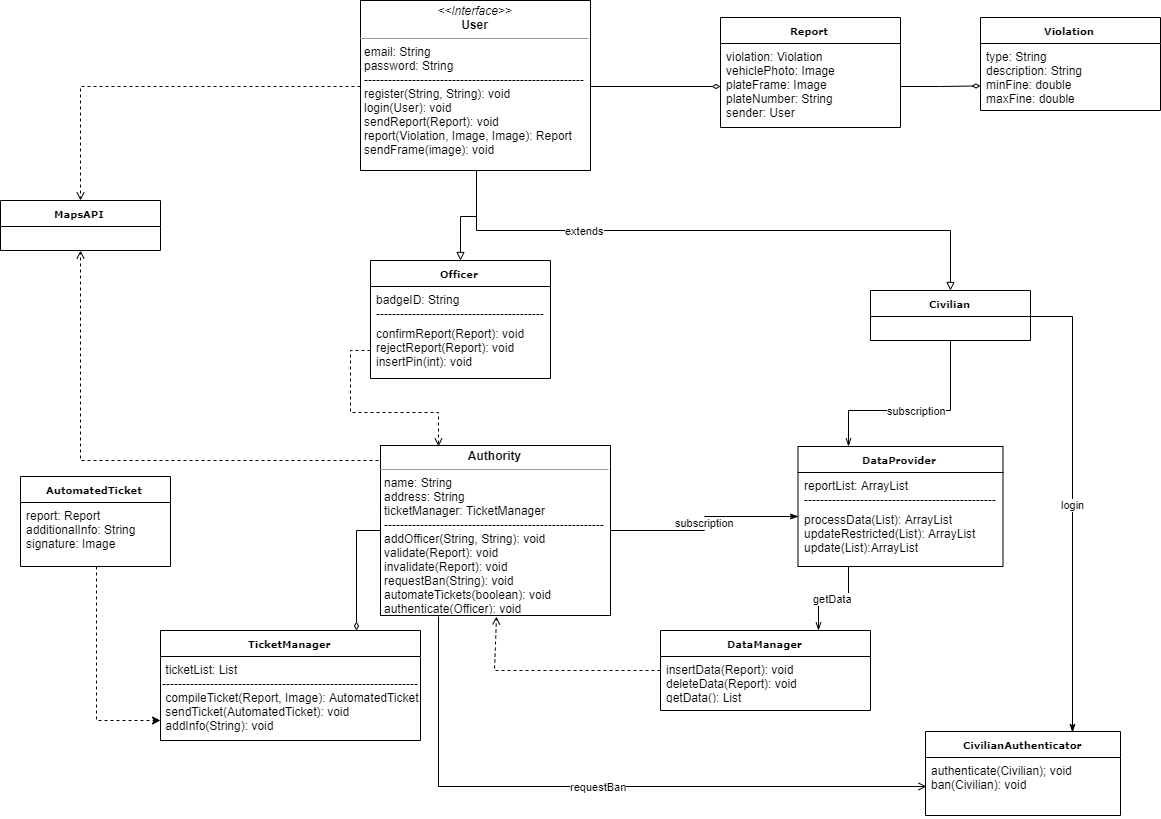
marcuz1996/Software-Engineering-Project keeps this draw.io diagram as RASD/Images/class_diagram.png. Above is the earlier version. Source tidied: cells renumbered, new cells last; positions are measured from the earlier drawing's top-left corner, leaving out a move shared by most shapes.
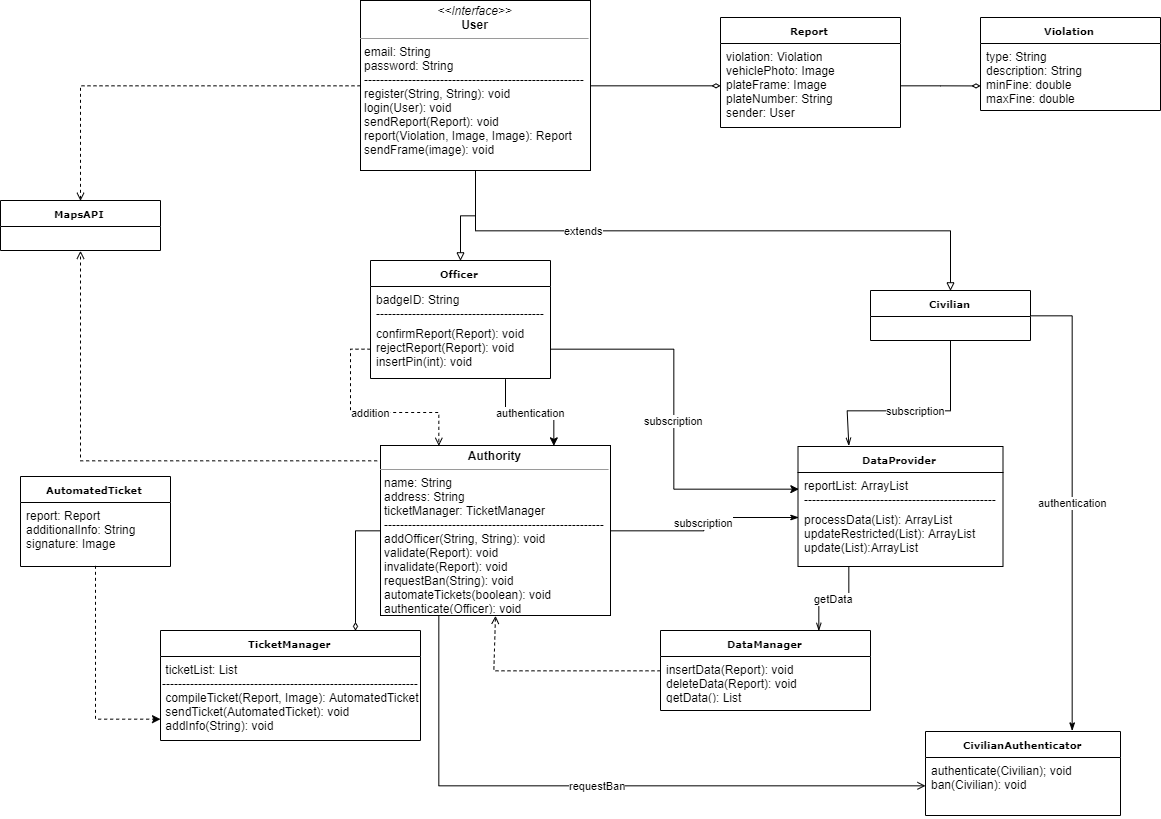
The same diagram one commit later.

Diff of the diagram source:
```diff
@@ -14,6 +14,9 @@
     <mxCell id="5" style="edgeStyle=orthogonalEdgeStyle;rounded=0;jettySize=auto;html=1;exitX=0.5;exitY=1;exitDx=0;exitDy=0;entryX=0.5;entryY=0;entryDx=0;entryDy=0;startArrow=none;startFill=0;startSize=6;endArrow=block;endFill=0;strokeWidth=1;" parent="1" edge="1" source="4" target="6">
       <mxGeometry relative="1" as="geometry" />
     </mxCell>
+    <mxCell id="39" value="authentication" style="edgeStyle=orthogonalEdgeStyle;rounded=0;jettySize=auto;html=1;exitX=0.75;exitY=1;exitDx=0;exitDy=0;entryX=0.75;entryY=0;entryDx=0;entryDy=0;" parent="1" edge="1" source="6" target="24">
+      <mxGeometry relative="1" as="geometry" />
+    </mxCell>
     <mxCell id="6" value="Officer" style="swimlane;html=1;fontStyle=1;horizontal=1;startSize=26;fillColor=none;swimlaneFillColor=#ffffff;rounded=0;shadow=0;comic=0;labelBackgroundColor=none;strokeColor=#000000;strokeWidth=1;fontFamily=Verdana;fontSize=10;fontColor=#000000;align=center;" parent="1" vertex="1">
       <mxGeometry x="370" y="260" width="180" height="118" as="geometry" />
     </mxCell>
@@ -29,7 +32,7 @@
     <mxCell id="10" value="report: Report&lt;br&gt;additionalInfo: String&lt;br&gt;signature: Image" style="text;html=1;strokeColor=none;fillColor=none;align=left;verticalAlign=top;spacingLeft=4;spacingRight=4;whiteSpace=wrap;overflow=hidden;" parent="9" vertex="1">
       <mxGeometry y="26" width="150" height="64" as="geometry" />
     </mxCell>
-    <mxCell id="11" value="login" style="edgeStyle=orthogonalEdgeStyle;rounded=0;jettySize=auto;html=1;exitX=1;exitY=0.5;exitDx=0;exitDy=0;entryX=0.75;entryY=0;entryDx=0;entryDy=0;startArrow=none;startFill=0;startSize=6;endArrow=classicThin;endFill=1;strokeWidth=1;" parent="1" edge="1" source="12" target="33">
+    <mxCell id="11" value="authentication" style="edgeStyle=orthogonalEdgeStyle;rounded=0;jettySize=auto;html=1;exitX=1;exitY=0.5;exitDx=0;exitDy=0;entryX=0.75;entryY=0;entryDx=0;entryDy=0;startArrow=none;startFill=0;startSize=6;endArrow=classicThin;endFill=1;strokeWidth=1;" parent="1" edge="1" source="12" target="33">
       <mxGeometry relative="1" as="geometry" />
     </mxCell>
     <mxCell id="12" value="Civilian" style="swimlane;html=1;fontStyle=1;horizontal=1;startSize=26;fillColor=none;swimlaneFillColor=#ffffff;rounded=0;shadow=0;comic=0;labelBackgroundColor=none;strokeColor=#000000;strokeWidth=1;fontFamily=Verdana;fontSize=10;fontColor=#000000;align=center;" parent="1" vertex="1">
@@ -118,7 +121,7 @@
     <mxCell id="34" value="authenticate(Civilian); void&lt;br&gt;ban(Civilian): void&lt;br&gt;" style="text;html=1;strokeColor=none;fillColor=none;align=left;verticalAlign=top;spacingLeft=4;spacingRight=4;whiteSpace=wrap;overflow=hidden;points=[[0,0.5],[1,0.5]];portConstraint=eastwest;" parent="33" vertex="1">
       <mxGeometry y="26" width="195" height="58" as="geometry" />
     </mxCell>
-    <mxCell id="35" style="edgeStyle=orthogonalEdgeStyle;rounded=0;jettySize=auto;html=1;exitX=0;exitY=0.5;exitDx=0;exitDy=0;entryX=0.25;entryY=0;entryDx=0;entryDy=0;startArrow=none;startFill=0;startSize=6;endArrow=open;endFill=0;strokeWidth=1;dashed=1;" parent="1" edge="1" source="8" target="24">
+    <mxCell id="35" value="addition" style="edgeStyle=orthogonalEdgeStyle;rounded=0;jettySize=auto;html=1;exitX=0;exitY=0.5;exitDx=0;exitDy=0;entryX=0.25;entryY=0;entryDx=0;entryDy=0;startArrow=none;startFill=0;startSize=6;endArrow=open;endFill=0;strokeWidth=1;dashed=1;" parent="1" edge="1" source="8" target="24">
       <mxGeometry relative="1" as="geometry" />
     </mxCell>
     <mxCell id="36" value="TicketManager" style="swimlane;html=1;fontStyle=1;horizontal=1;startSize=26;fillColor=none;swimlaneFillColor=#ffffff;rounded=0;shadow=0;comic=0;labelBackgroundColor=none;strokeColor=#000000;strokeWidth=1;fontFamily=Verdana;fontSize=10;fontColor=#000000;align=center;" parent="1" vertex="1">
@@ -130,5 +133,8 @@
     <mxCell id="38" style="edgeStyle=orthogonalEdgeStyle;rounded=0;jettySize=auto;html=1;exitX=0.5;exitY=1;exitDx=0;exitDy=0;entryX=0;entryY=0.75;entryDx=0;entryDy=0;startArrow=none;startFill=0;startSize=6;endArrow=classic;endFill=1;strokeColor=#000000;strokeWidth=1;dashed=1;" parent="1" edge="1" source="9" target="37">
       <mxGeometry relative="1" as="geometry" />
     </mxCell>
+    <mxCell id="40" value="subscription" style="edgeStyle=orthogonalEdgeStyle;rounded=0;jettySize=auto;html=1;exitX=1;exitY=0.5;exitDx=0;exitDy=0;entryX=0;entryY=0.5;entryDx=0;entryDy=0;" parent="1" edge="1" source="8" target="28">
+      <mxGeometry relative="1" as="geometry" />
+    </mxCell>
   </root>
 </mxGraphModel>
```
